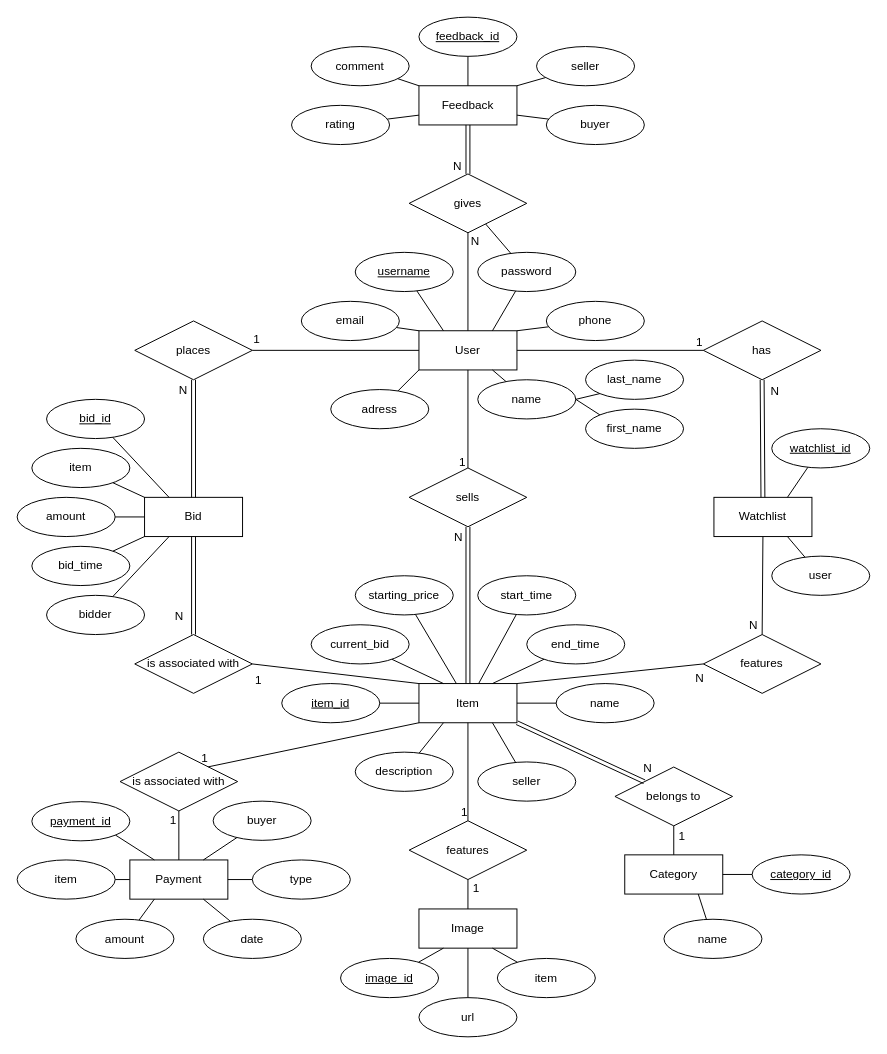
Before: docs/ERD-Chen.drawio in echtermeyer/BidBits-Webapp, a draw.io diagram. Source tidied: cells renumbered, new cells numbered last; positions are measured from the earlier drawing's top-left corner, leaving out a move shared by most shapes. Both pictures are drawn from the tidied source at 98%, with x=0, y=0 at pixel (17, 17).
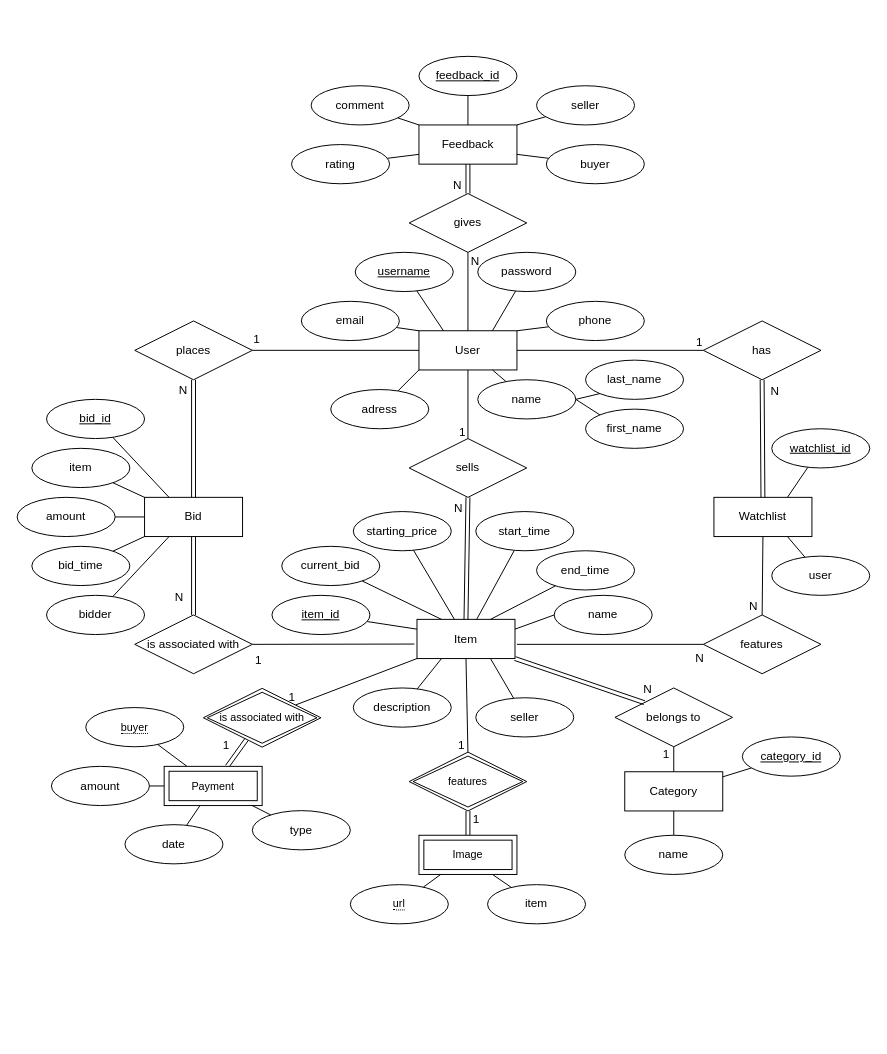
Above is the later version.

Unchanged cells that the change refers to:
```xml
<mxCell id="16" value="password" style="ellipse;whiteSpace=wrap;html=1;align=center;" parent="1" vertex="1">
  <mxGeometry x="470" y="240" width="100" height="40" as="geometry" />
</mxCell>
<mxCell id="111" style="endArrow=none;html=1;rounded=0;entryX=0.5;entryY=0;entryDx=0;entryDy=0;exitX=0.5;exitY=1;exitDx=0;exitDy=0;" parent="1" edge="1" source="3" target="90">
  <mxGeometry relative="1" as="geometry" />
</mxCell>
<mxCell id="113" style="endArrow=none;html=1;rounded=0;entryX=0.5;entryY=1;entryDx=0;entryDy=0;exitX=0.5;exitY=0;exitDx=0;exitDy=0;" parent="1" edge="1" source="6" target="98">
  <mxGeometry relative="1" as="geometry" />
</mxCell>
```

What changed in the source:
```diff
@@
     <mxCell id="3" value="Item" style="whiteSpace=wrap;html=1;align=center;" parent="1" vertex="1">
-      <mxGeometry x="410" y="680" width="100" height="40" as="geometry" />
+      <mxGeometry x="408" y="614.5" width="100" height="40" as="geometry" />
     </mxCell>
@@
-    <mxCell id="5" value="Image" style="whiteSpace=wrap;html=1;align=center;" parent="1" vertex="1">
-      <mxGeometry x="410" y="910" width="100" height="40" as="geometry" />
-    </mxCell>
     <mxCell id="6" value="Category" style="whiteSpace=wrap;html=1;align=center;" parent="1" vertex="1">
-      <mxGeometry x="620" y="854.8" width="100" height="40" as="geometry" />
+      <mxGeometry x="620" y="770" width="100" height="40" as="geometry" />
     </mxCell>
@@
     <mxCell id="8" value="Feedback" style="whiteSpace=wrap;html=1;align=center;" parent="1" vertex="1">
-      <mxGeometry x="410" y="70" width="100" height="40" as="geometry" />
+      <mxGeometry x="410" y="110" width="100" height="40" as="geometry" />
     </mxCell>
-    <mxCell id="9" style="edgeStyle=none;shape=connector;rounded=0;jettySize=auto;html=1;labelBackgroundColor=default;strokeColor=default;fontFamily=Helvetica;fontSize=11;fontColor=default;endArrow=none;" parent="1" edge="1" source="10" target="68">
-      <mxGeometry relative="1" as="geometry" />
-    </mxCell>
-    <mxCell id="10" value="Payment" style="whiteSpace=wrap;html=1;align=center;" parent="1" vertex="1">
-      <mxGeometry x="115" y="860" width="100" height="40" as="geometry" />
-    </mxCell>
@@
-    <mxCell id="35" style="edgeStyle=none;shape=connector;rounded=0;jettySize=auto;html=1;entryX=0.25;entryY=1;entryDx=0;entryDy=0;labelBackgroundColor=default;strokeColor=default;fontFamily=Helvetica;fontSize=11;fontColor=default;endArrow=none;" parent="1" edge="1" source="36" target="5">
-      <mxGeometry relative="1" as="geometry" />
-    </mxCell>
-    <mxCell id="36" value="image_id" style="ellipse;whiteSpace=wrap;html=1;align=center;fontStyle=4;" parent="1" vertex="1">
-      <mxGeometry x="330" y="960.5" width="100" height="40" as="geometry" />
-    </mxCell>
-    <mxCell id="37" style="edgeStyle=none;shape=connector;rounded=0;jettySize=auto;html=1;entryX=0.5;entryY=1;entryDx=0;entryDy=0;labelBackgroundColor=default;strokeColor=default;fontFamily=Helvetica;fontSize=11;fontColor=default;endArrow=none;" parent="1" edge="1" source="38" target="5">
+    <mxCell id="37" style="edgeStyle=none;shape=connector;rounded=0;jettySize=auto;html=1;labelBackgroundColor=default;strokeColor=default;fontFamily=Helvetica;fontSize=11;fontColor=default;endArrow=none;" parent="1" edge="1" source="38" target="5">
       <mxGeometry relative="1" as="geometry" />
     </mxCell>
-    <mxCell id="38" value="url" style="ellipse;whiteSpace=wrap;html=1;align=center;" parent="1" vertex="1">
-      <mxGeometry x="410" y="1000.5" width="100" height="40" as="geometry" />
-    </mxCell>
@@
     <mxCell id="40" value="item" style="ellipse;whiteSpace=wrap;html=1;align=center;" parent="1" vertex="1">
-      <mxGeometry x="490" y="960.5" width="100" height="40" as="geometry" />
+      <mxGeometry x="480" y="885.2" width="100" height="40" as="geometry" />
     </mxCell>
-    <mxCell id="41" style="edgeStyle=none;shape=connector;rounded=0;jettySize=auto;html=1;entryX=1;entryY=0.5;entryDx=0;entryDy=0;labelBackgroundColor=default;strokeColor=default;fontFamily=Helvetica;fontSize=11;fontColor=default;endArrow=none;" parent="1" edge="1" source="42" target="6">
+    <mxCell id="41" style="edgeStyle=none;shape=connector;rounded=0;jettySize=auto;html=1;labelBackgroundColor=default;strokeColor=default;fontFamily=Helvetica;fontSize=11;fontColor=default;endArrow=none;" parent="1" edge="1" source="42" target="6">
       <mxGeometry relative="1" as="geometry" />
     </mxCell>
     <mxCell id="42" value="category_id" style="ellipse;whiteSpace=wrap;html=1;align=center;fontStyle=4;" parent="1" vertex="1">
-      <mxGeometry x="750" y="854.8" width="100" height="40" as="geometry" />
+      <mxGeometry x="740" y="734.5" width="100" height="40" as="geometry" />
     </mxCell>
-    <mxCell id="43" style="edgeStyle=none;shape=connector;rounded=0;jettySize=auto;html=1;entryX=0.75;entryY=1;entryDx=0;entryDy=0;labelBackgroundColor=default;strokeColor=default;fontFamily=Helvetica;fontSize=11;fontColor=default;endArrow=none;" parent="1" edge="1" source="44" target="6">
+    <mxCell id="43" style="edgeStyle=none;shape=connector;rounded=0;jettySize=auto;html=1;labelBackgroundColor=default;strokeColor=default;fontFamily=Helvetica;fontSize=11;fontColor=default;endArrow=none;" parent="1" edge="1" source="44" target="6">
       <mxGeometry relative="1" as="geometry" />
     </mxCell>
     <mxCell id="44" value="name" style="ellipse;whiteSpace=wrap;html=1;align=center;" parent="1" vertex="1">
-      <mxGeometry x="660" y="920.5" width="100" height="40" as="geometry" />
+      <mxGeometry x="620" y="834.8" width="100" height="40" as="geometry" />
     </mxCell>
@@
     <mxCell id="50" value="feedback_id" style="ellipse;whiteSpace=wrap;html=1;align=center;fontStyle=4;" parent="1" vertex="1">
-      <mxGeometry x="410" width="100" height="40" as="geometry" />
+      <mxGeometry x="410" y="40" width="100" height="40" as="geometry" />
     </mxCell>
@@
     <mxCell id="52" value="rating" style="ellipse;whiteSpace=wrap;html=1;align=center;" parent="1" vertex="1">
-      <mxGeometry x="280" y="90" width="100" height="40" as="geometry" />
+      <mxGeometry x="280" y="130" width="100" height="40" as="geometry" />
     </mxCell>
-    <mxCell id="53" value="payment_id" style="ellipse;whiteSpace=wrap;html=1;align=center;fontStyle=4;" parent="1" vertex="1">
-      <mxGeometry x="15" y="800.5" width="100" height="40" as="geometry" />
-    </mxCell>
-    <mxCell id="54" style="edgeStyle=none;shape=connector;rounded=0;jettySize=auto;html=1;entryX=0.25;entryY=1;entryDx=0;entryDy=0;labelBackgroundColor=default;strokeColor=default;fontFamily=Helvetica;fontSize=11;fontColor=default;endArrow=none;" parent="1" edge="1" source="55" target="10">
+    <mxCell id="54" style="edgeStyle=none;shape=connector;rounded=0;jettySize=auto;html=1;labelBackgroundColor=default;strokeColor=default;fontFamily=Helvetica;fontSize=11;fontColor=default;endArrow=none;" parent="1" edge="1" source="55" target="10">
       <mxGeometry relative="1" as="geometry" />
     </mxCell>
     <mxCell id="55" value="amount" style="ellipse;whiteSpace=wrap;html=1;align=center;" parent="1" vertex="1">
-      <mxGeometry x="60" y="920.5" width="100" height="40" as="geometry" />
+      <mxGeometry x="35" y="764.5" width="100" height="40" as="geometry" />
     </mxCell>
@@
     <mxCell id="57" value="comment" style="ellipse;whiteSpace=wrap;html=1;align=center;" parent="1" vertex="1">
-      <mxGeometry x="300" y="30" width="100" height="40" as="geometry" />
+      <mxGeometry x="300" y="70" width="100" height="40" as="geometry" />
     </mxCell>
@@
     <mxCell id="59" value="buyer" style="ellipse;whiteSpace=wrap;html=1;align=center;" parent="1" vertex="1">
-      <mxGeometry x="540" y="90" width="100" height="40" as="geometry" />
+      <mxGeometry x="540" y="130" width="100" height="40" as="geometry" />
     </mxCell>
@@
     <mxCell id="61" value="seller" style="ellipse;whiteSpace=wrap;html=1;align=center;" parent="1" vertex="1">
-      <mxGeometry x="530" y="30" width="100" height="40" as="geometry" />
+      <mxGeometry x="530" y="70" width="100" height="40" as="geometry" />
     </mxCell>
-    <mxCell id="62" style="edgeStyle=none;shape=connector;rounded=0;jettySize=auto;html=1;entryX=0.75;entryY=1;entryDx=0;entryDy=0;labelBackgroundColor=default;strokeColor=default;fontFamily=Helvetica;fontSize=11;fontColor=default;endArrow=none;" parent="1" edge="1" source="63" target="10">
+    <mxCell id="62" style="edgeStyle=none;shape=connector;rounded=0;jettySize=auto;html=1;labelBackgroundColor=default;strokeColor=default;fontFamily=Helvetica;fontSize=11;fontColor=default;endArrow=none;" parent="1" edge="1" source="63" target="10">
       <mxGeometry relative="1" as="geometry" />
     </mxCell>
     <mxCell id="63" value="date" style="ellipse;whiteSpace=wrap;html=1;align=center;" parent="1" vertex="1">
-      <mxGeometry x="190" y="920.5" width="100" height="40" as="geometry" />
+      <mxGeometry x="110" y="824" width="100" height="40" as="geometry" />
     </mxCell>
@@
     <mxCell id="65" value="type" style="ellipse;whiteSpace=wrap;html=1;align=center;" parent="1" vertex="1">
-      <mxGeometry x="240" y="860" width="100" height="40" as="geometry" />
+      <mxGeometry x="240" y="809.7" width="100" height="40" as="geometry" />
     </mxCell>
-    <mxCell id="66" style="edgeStyle=none;shape=connector;rounded=0;jettySize=auto;html=1;entryX=0.75;entryY=0;entryDx=0;entryDy=0;labelBackgroundColor=default;strokeColor=default;fontFamily=Helvetica;fontSize=11;fontColor=default;endArrow=none;" parent="1" edge="1" source="67" target="10">
+    <mxCell id="66" style="edgeStyle=none;shape=connector;rounded=0;jettySize=auto;html=1;labelBackgroundColor=default;strokeColor=default;fontFamily=Helvetica;fontSize=11;fontColor=default;endArrow=none;" parent="1" edge="1" source="67" target="10">
       <mxGeometry relative="1" as="geometry" />
     </mxCell>
-    <mxCell id="67" value="buyer" style="ellipse;whiteSpace=wrap;html=1;align=center;" parent="1" vertex="1">
-      <mxGeometry x="200" y="800" width="100" height="40" as="geometry" />
-    </mxCell>
-    <mxCell id="68" value="item" style="ellipse;whiteSpace=wrap;html=1;align=center;" parent="1" vertex="1">
-      <mxGeometry y="860" width="100" height="40" as="geometry" />
-    </mxCell>
     <mxCell id="69" value="sells" style="shape=rhombus;perimeter=rhombusPerimeter;whiteSpace=wrap;html=1;align=center;" parent="1" vertex="1">
-      <mxGeometry x="400" y="460" width="120" height="60" as="geometry" />
+      <mxGeometry x="400" y="430" width="120" height="60" as="geometry" />
     </mxCell>
@@
-    <mxCell id="79" style="edgeStyle=none;shape=connector;rounded=0;jettySize=auto;html=1;labelBackgroundColor=default;strokeColor=default;fontFamily=Helvetica;fontSize=11;fontColor=default;endArrow=none;" parent="1" edge="1" source="80" target="16">
-      <mxGeometry relative="1" as="geometry" />
-    </mxCell>
     <mxCell id="80" value="gives" style="shape=rhombus;perimeter=rhombusPerimeter;whiteSpace=wrap;html=1;align=center;" parent="1" vertex="1">
-      <mxGeometry x="400" y="160" width="120" height="60" as="geometry" />
+      <mxGeometry x="400" y="180" width="120" height="60" as="geometry" />
     </mxCell>
@@
-    <mxCell id="90" value="features" style="shape=rhombus;perimeter=rhombusPerimeter;whiteSpace=wrap;html=1;align=center;" parent="1" vertex="1">
-      <mxGeometry x="400" y="820" width="120" height="60" as="geometry" />
-    </mxCell>
     <mxCell id="91" value="is associated with" style="shape=rhombus;perimeter=rhombusPerimeter;whiteSpace=wrap;html=1;align=center;" parent="1" vertex="1">
-      <mxGeometry x="120" y="630" width="120" height="60" as="geometry" />
+      <mxGeometry x="120" y="610" width="120" height="60" as="geometry" />
     </mxCell>
     <mxCell id="92" value="features" style="shape=rhombus;perimeter=rhombusPerimeter;whiteSpace=wrap;html=1;align=center;" parent="1" vertex="1">
-      <mxGeometry x="700.2" y="630" width="120" height="60" as="geometry" />
+      <mxGeometry x="700.2" y="610" width="120" height="60" as="geometry" />
     </mxCell>
-    <mxCell id="93" style="endArrow=none;html=1;rounded=0;entryX=1;entryY=0.5;entryDx=0;entryDy=0;exitX=0;exitY=0;exitDx=0;exitDy=0;" parent="1" edge="1" source="3" target="91">
+    <mxCell id="93" style="endArrow=none;html=1;rounded=0;entryX=1;entryY=0.5;entryDx=0;entryDy=0;exitX=-0.027;exitY=0.63;exitDx=0;exitDy=0;exitPerimeter=0;" parent="1" edge="1" source="3" target="91">
       <mxGeometry relative="1" as="geometry" />
     </mxCell>
@@
-    <mxCell id="97" value="is associated with" style="shape=rhombus;perimeter=rhombusPerimeter;whiteSpace=wrap;html=1;align=center;" parent="1" vertex="1">
-      <mxGeometry x="105" y="750" width="120" height="60" as="geometry" />
-    </mxCell>
     <mxCell id="98" value="belongs to" style="shape=rhombus;perimeter=rhombusPerimeter;whiteSpace=wrap;html=1;align=center;" parent="1" vertex="1">
-      <mxGeometry x="610" y="765.2" width="120" height="60" as="geometry" />
+      <mxGeometry x="610" y="684.5" width="120" height="60" as="geometry" />
     </mxCell>
-    <mxCell id="99" style="endArrow=none;html=1;rounded=0;entryX=0;entryY=0.5;entryDx=0;entryDy=0;exitX=1;exitY=0;exitDx=0;exitDy=0;" parent="1" edge="1" source="3" target="92">
-      <mxGeometry relative="1" as="geometry" />
+    <mxCell id="99" style="endArrow=none;html=1;rounded=0;entryX=0;entryY=0.5;entryDx=0;entryDy=0;" parent="1" edge="1" target="92">
+      <mxGeometry relative="1" as="geometry">
+        <mxPoint x="510" y="640" as="sourcePoint" />
+      </mxGeometry>
     </mxCell>
@@
-    <mxCell id="105" style="endArrow=none;html=1;rounded=0;entryX=0.5;entryY=1;entryDx=0;entryDy=0;exitX=0.5;exitY=0;exitDx=0;exitDy=0;" parent="1" edge="1" source="5" target="90">
+    <mxCell id="105" style="endArrow=none;html=1;rounded=0;entryX=0.5;entryY=1;entryDx=0;entryDy=0;exitX=0.5;exitY=0;exitDx=0;exitDy=0;shape=link;" parent="1" edge="1" source="5" target="90">
       <mxGeometry relative="1" as="geometry" />
     </mxCell>
@@
-    <mxCell id="107" style="endArrow=none;html=1;rounded=0;entryX=0.5;entryY=1;entryDx=0;entryDy=0;exitX=0.5;exitY=0;exitDx=0;exitDy=0;" parent="1" edge="1" source="10" target="97">
+    <mxCell id="107" style="endArrow=none;html=1;rounded=0;shape=link;" parent="1" edge="1" source="10" target="97">
       <mxGeometry relative="1" as="geometry" />
     </mxCell>
     <mxCell id="108" value="1" style="html=1;align=right;verticalAlign=bottom;" parent="107" vertex="1">
       <mxGeometry x="1" relative="1" as="geometry">
-        <mxPoint x="-2" y="18" as="offset" />
+        <mxPoint x="-17" y="14" as="offset" />
       </mxGeometry>
     </mxCell>
-    <mxCell id="109" style="endArrow=none;html=1;rounded=0;entryX=1;entryY=0;entryDx=0;entryDy=0;exitX=0;exitY=1;exitDx=0;exitDy=0;exitPerimeter=0;" parent="1" edge="1" source="3" target="97">
+    <mxCell id="109" style="endArrow=none;html=1;rounded=0;exitX=0;exitY=1;exitDx=0;exitDy=0;exitPerimeter=0;" parent="1" edge="1" source="3" target="97">
       <mxGeometry relative="1" as="geometry" />
     </mxCell>
@@
     <mxCell id="112" value="1" style="html=1;align=right;verticalAlign=bottom;" parent="111" vertex="1">
-      <mxGeometry x="1" relative="1" as="geometry" />
+      <mxGeometry x="1" relative="1" as="geometry">
+        <mxPoint x="-3" y="1" as="offset" />
+      </mxGeometry>
     </mxCell>
@@
     <mxCell id="114" value="1" style="html=1;align=right;verticalAlign=bottom;" parent="113" vertex="1">
       <mxGeometry x="1" relative="1" as="geometry">
-        <mxPoint x="12" y="19" as="offset" />
+        <mxPoint x="-4" y="16" as="offset" />
       </mxGeometry>
     </mxCell>
@@
-    <mxCell id="117" style="edgeStyle=none;shape=connector;rounded=0;jettySize=auto;html=1;entryX=0;entryY=0.5;entryDx=0;entryDy=0;labelBackgroundColor=default;strokeColor=default;fontFamily=Helvetica;fontSize=11;fontColor=default;endArrow=none;" parent="1" edge="1" source="118" target="3">
+    <mxCell id="117" style="edgeStyle=none;shape=connector;rounded=0;jettySize=auto;html=1;entryX=0;entryY=0.25;entryDx=0;entryDy=0;labelBackgroundColor=default;strokeColor=default;fontFamily=Helvetica;fontSize=11;fontColor=default;endArrow=none;" parent="1" edge="1" source="118" target="3">
       <mxGeometry relative="1" as="geometry" />
     </mxCell>
     <mxCell id="118" value="item_id" style="ellipse;whiteSpace=wrap;html=1;align=center;fontStyle=4;" parent="1" vertex="1">
-      <mxGeometry x="270" y="680" width="100" height="40" as="geometry" />
+      <mxGeometry x="260" y="590" width="100" height="40" as="geometry" />
     </mxCell>
-    <mxCell id="119" style="edgeStyle=none;shape=connector;rounded=0;jettySize=auto;html=1;entryX=1;entryY=0.5;entryDx=0;entryDy=0;labelBackgroundColor=default;strokeColor=default;fontFamily=Helvetica;fontSize=11;fontColor=default;endArrow=none;" parent="1" edge="1" source="120" target="3">
+    <mxCell id="119" style="edgeStyle=none;shape=connector;rounded=0;jettySize=auto;html=1;entryX=1;entryY=0.25;entryDx=0;entryDy=0;labelBackgroundColor=default;strokeColor=default;fontFamily=Helvetica;fontSize=11;fontColor=default;endArrow=none;exitX=0;exitY=0.5;exitDx=0;exitDy=0;" parent="1" edge="1" source="120" target="3">
       <mxGeometry relative="1" as="geometry" />
     </mxCell>
     <mxCell id="120" value="name" style="ellipse;whiteSpace=wrap;html=1;align=center;" parent="1" vertex="1">
-      <mxGeometry x="550" y="680" width="100" height="40" as="geometry" />
+      <mxGeometry x="548" y="590" width="100" height="40" as="geometry" />
     </mxCell>
@@
     <mxCell id="122" value="description" style="ellipse;whiteSpace=wrap;html=1;align=center;" parent="1" vertex="1">
-      <mxGeometry x="345" y="750" width="100" height="40" as="geometry" />
+      <mxGeometry x="343" y="684.5" width="100" height="40" as="geometry" />
     </mxCell>
@@
     <mxCell id="124" value="starting_price" style="ellipse;whiteSpace=wrap;html=1;align=center;" parent="1" vertex="1">
-      <mxGeometry x="345" y="570" width="100" height="40" as="geometry" />
+      <mxGeometry x="343" y="504.5" width="100" height="40" as="geometry" />
     </mxCell>
@@
     <mxCell id="126" value="end_time" style="ellipse;whiteSpace=wrap;html=1;align=center;" parent="1" vertex="1">
-      <mxGeometry x="520" y="620" width="100" height="40" as="geometry" />
+      <mxGeometry x="530" y="544.5" width="100" height="40" as="geometry" />
     </mxCell>
@@
     <mxCell id="128" value="start_time" style="ellipse;whiteSpace=wrap;html=1;align=center;" parent="1" vertex="1">
-      <mxGeometry x="470" y="570" width="100" height="40" as="geometry" />
+      <mxGeometry x="468" y="504.5" width="100" height="40" as="geometry" />
     </mxCell>
@@
     <mxCell id="130" value="seller" style="ellipse;whiteSpace=wrap;html=1;align=center;" parent="1" vertex="1">
-      <mxGeometry x="470" y="760" width="100" height="40" as="geometry" />
+      <mxGeometry x="468" y="694.5" width="100" height="40" as="geometry" />
     </mxCell>
@@
     <mxCell id="132" value="current_bid" style="ellipse;whiteSpace=wrap;html=1;align=center;" parent="1" vertex="1">
-      <mxGeometry x="300" y="620" width="100" height="40" as="geometry" />
+      <mxGeometry x="270" y="540" width="100" height="40" as="geometry" />
     </mxCell>
@@
-    <mxCell id="134" style="endArrow=none;html=1;rounded=0;entryX=0.25;entryY=0;entryDx=0;entryDy=0;exitX=1;exitY=1;exitDx=0;exitDy=0;" parent="1" edge="1" source="53" target="10">
-      <mxGeometry relative="1" as="geometry" />
-    </mxCell>
+    <mxCell id="5" value="Image" style="shape=ext;margin=3;double=1;whiteSpace=wrap;html=1;align=center;shadow=0;fontFamily=Helvetica;fontSize=11;fontColor=default;" parent="1" vertex="1">
+      <mxGeometry x="410" y="834.8" width="100" height="40" as="geometry" />
+    </mxCell>
+    <mxCell id="90" value="features" style="shape=rhombus;double=1;perimeter=rhombusPerimeter;whiteSpace=wrap;html=1;align=center;shadow=0;fontFamily=Helvetica;fontSize=11;fontColor=default;" parent="1" vertex="1">
+      <mxGeometry x="400" y="750" width="120" height="60" as="geometry" />
+    </mxCell>
+    <mxCell id="135" style="edgeStyle=none;shape=connector;rounded=0;orthogonalLoop=1;jettySize=auto;html=1;exitX=0.5;exitY=1;exitDx=0;exitDy=0;labelBackgroundColor=default;strokeColor=default;fontFamily=Helvetica;fontSize=11;fontColor=default;endArrow=none;" parent="1" edge="1" source="63" target="63">
+      <mxGeometry relative="1" as="geometry" />
+    </mxCell>
+    <mxCell id="10" value="Payment" style="shape=ext;margin=3;double=1;whiteSpace=wrap;html=1;align=center;shadow=0;fontFamily=Helvetica;fontSize=11;fontColor=default;" parent="1" vertex="1">
+      <mxGeometry x="150" y="764.5" width="100" height="40" as="geometry" />
+    </mxCell>
+    <mxCell id="97" value="is associated with" style="shape=rhombus;double=1;perimeter=rhombusPerimeter;whiteSpace=wrap;html=1;align=center;shadow=0;fontFamily=Helvetica;fontSize=11;fontColor=default;" parent="1" vertex="1">
+      <mxGeometry x="190" y="684.9" width="120" height="60" as="geometry" />
+    </mxCell>
+    <mxCell id="38" value="&lt;span style=&quot;border-bottom: 1px dotted&quot;&gt;url&lt;/span&gt;" style="ellipse;whiteSpace=wrap;html=1;align=center;shadow=0;fontFamily=Helvetica;fontSize=11;fontColor=default;" parent="1" vertex="1">
+      <mxGeometry x="340" y="885.2" width="100" height="40" as="geometry" />
+    </mxCell>
+    <mxCell id="67" value="&lt;span style=&quot;border-bottom: 1px dotted&quot;&gt;buyer&lt;/span&gt;" style="ellipse;whiteSpace=wrap;html=1;align=center;shadow=0;fontFamily=Helvetica;fontSize=11;fontColor=default;" parent="1" vertex="1">
+      <mxGeometry x="70" y="704.5" width="100" height="40" as="geometry" />
+    </mxCell>
```
